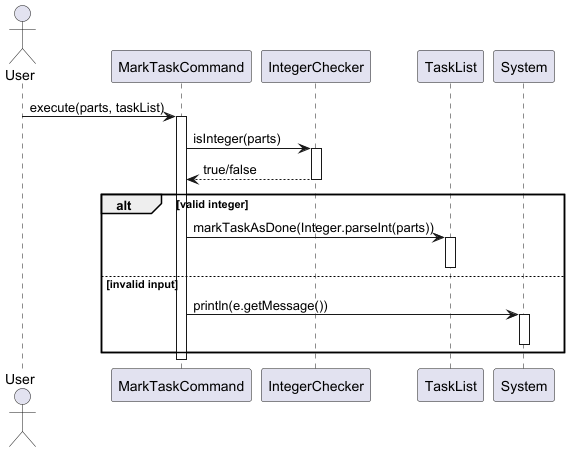
Above: docs/diagrams/tasklistcommands/MarkTaskCommandSequenceDiagram.png in wongyihao02/tp (PlantUML), before the change.
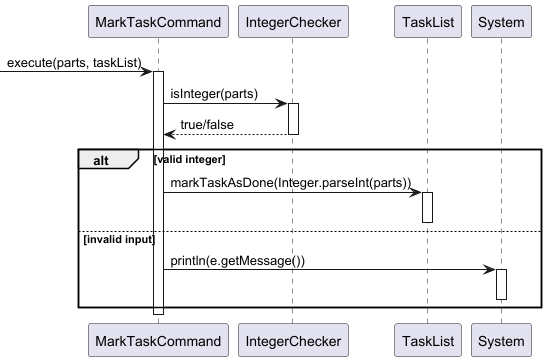
After the change.

What changed in the source:
```diff
@@ -1,13 +1,11 @@
 @startuml
-
-actor User
 
 participant "MarkTaskCommand" as MarkCmd
 participant "IntegerChecker" as Checker
 participant "TaskList" as TaskList
 participant "System" as Console
 
-User -> MarkCmd : execute(parts, taskList)
+-> MarkCmd : execute(parts, taskList)
 activate MarkCmd
 
 MarkCmd -> Checker : isInteger(parts)
```
